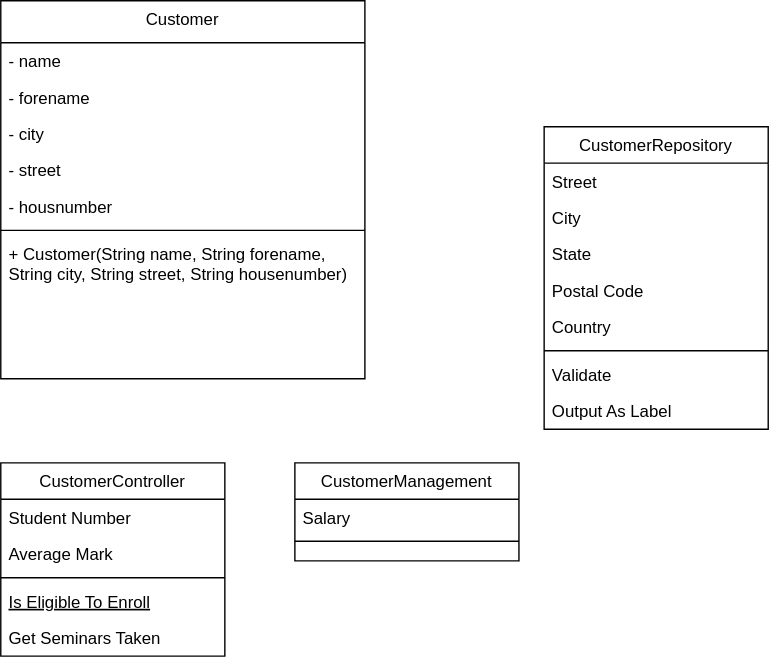
The draw.io diagram diagrams SWP/Klassendiagramm Customer.drawio.svg in StarSkiller/Diagrams, before a commit. Source tidied: cells renumbered, new cells last; positions are measured from the earlier drawing's top-left corner, leaving out a move shared by most shapes.
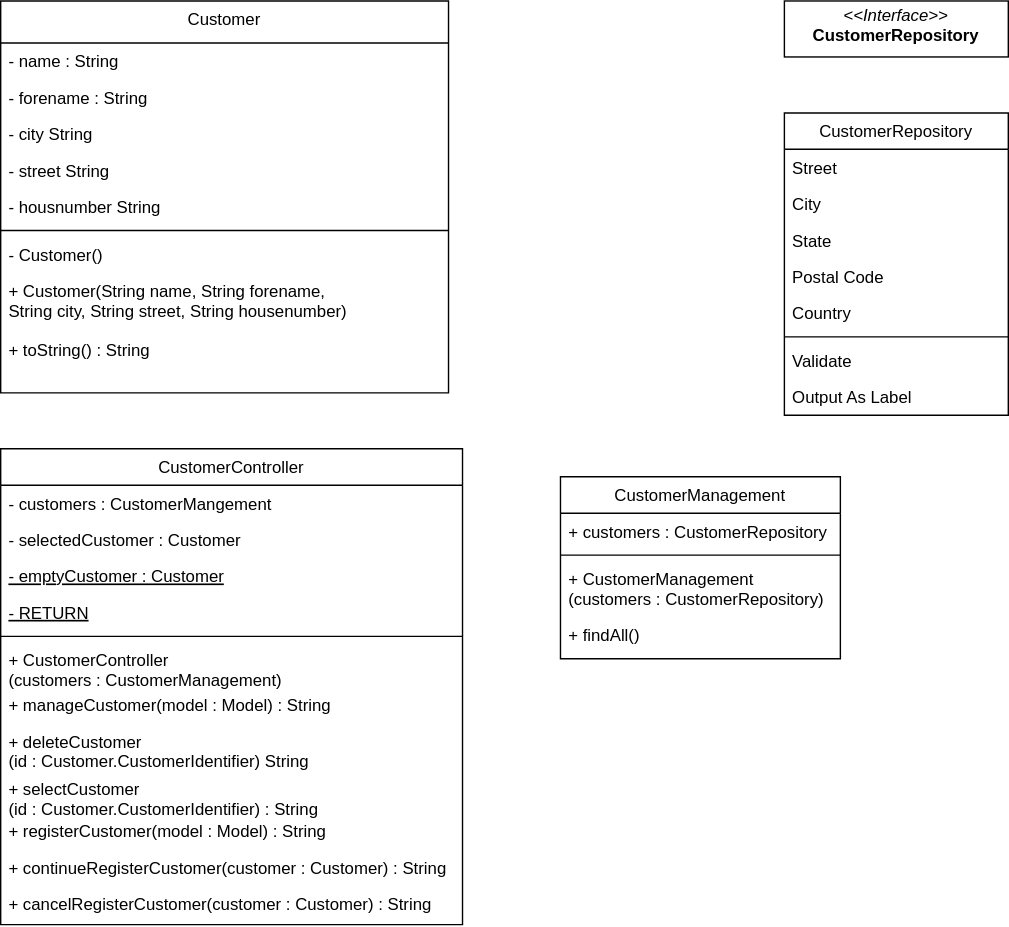
Later version of the same file.

The edit, as a diff of the source:
```diff
@@ -3,58 +3,91 @@
     <mxCell id="0" />
     <mxCell id="1" parent="0" />
     <mxCell id="2" value="Customer" style="swimlane;fontStyle=0;align=center;verticalAlign=top;horizontal=1;startSize=30;rounded=0;shadow=0;strokeWidth=1;" parent="1" vertex="1">
-      <mxGeometry width="260" height="270" as="geometry" />
+      <mxGeometry x="-80" y="10" width="320" height="280" as="geometry" />
     </mxCell>
-    <mxCell id="3" value="- name" style="text;align=left;verticalAlign=top;spacingLeft=4;spacingRight=4;overflow=hidden;" parent="2" vertex="1">
-      <mxGeometry y="30" width="260" height="26" as="geometry" />
+    <mxCell id="3" value="- name : String" style="text;align=left;verticalAlign=top;spacingLeft=4;spacingRight=4;overflow=hidden;" parent="2" vertex="1">
+      <mxGeometry y="30" width="320" height="26" as="geometry" />
     </mxCell>
-    <mxCell id="4" value="- forename" style="text;align=left;verticalAlign=top;spacingLeft=4;spacingRight=4;overflow=hidden;rounded=0;shadow=0;html=0;" parent="2" vertex="1">
-      <mxGeometry y="56" width="260" height="26" as="geometry" />
+    <mxCell id="4" value="- forename : String" style="text;align=left;verticalAlign=top;spacingLeft=4;spacingRight=4;overflow=hidden;rounded=0;shadow=0;html=0;" parent="2" vertex="1">
+      <mxGeometry y="56" width="320" height="26" as="geometry" />
     </mxCell>
-    <mxCell id="5" value="- city" style="text;align=left;verticalAlign=top;spacingLeft=4;spacingRight=4;overflow=hidden;rounded=0;shadow=0;html=0;" parent="2" vertex="1">
-      <mxGeometry y="82" width="260" height="26" as="geometry" />
+    <mxCell id="5" value="- city String" style="text;align=left;verticalAlign=top;spacingLeft=4;spacingRight=4;overflow=hidden;rounded=0;shadow=0;html=0;" parent="2" vertex="1">
+      <mxGeometry y="82" width="320" height="26" as="geometry" />
     </mxCell>
-    <mxCell id="6" value="- street" style="text;align=left;verticalAlign=top;spacingLeft=4;spacingRight=4;overflow=hidden;rounded=0;shadow=0;html=0;" parent="2" vertex="1">
-      <mxGeometry y="108" width="260" height="26" as="geometry" />
+    <mxCell id="6" value="- street String" style="text;align=left;verticalAlign=top;spacingLeft=4;spacingRight=4;overflow=hidden;rounded=0;shadow=0;html=0;" parent="2" vertex="1">
+      <mxGeometry y="108" width="320" height="26" as="geometry" />
     </mxCell>
-    <mxCell id="7" value="- housnumber" style="text;align=left;verticalAlign=top;spacingLeft=4;spacingRight=4;overflow=hidden;rounded=0;shadow=0;html=0;" parent="2" vertex="1">
-      <mxGeometry y="134" width="260" height="26" as="geometry" />
+    <mxCell id="7" value="- housnumber String" style="text;align=left;verticalAlign=top;spacingLeft=4;spacingRight=4;overflow=hidden;rounded=0;shadow=0;html=0;" parent="2" vertex="1">
+      <mxGeometry y="134" width="320" height="26" as="geometry" />
     </mxCell>
     <mxCell id="8" style="line;html=1;strokeWidth=1;align=left;verticalAlign=middle;spacingTop=-1;spacingLeft=3;spacingRight=3;labelPosition=right;" parent="2" vertex="1">
-      <mxGeometry y="160" width="260" height="8" as="geometry" />
+      <mxGeometry y="160" width="320" height="8" as="geometry" />
     </mxCell>
+    <mxCell id="28" value="- Customer()" style="text;align=left;verticalAlign=top;spacingLeft=4;spacingRight=4;overflow=hidden;rounded=0;shadow=0;html=0;" parent="2" vertex="1">
+      <mxGeometry y="168" width="320" height="26" as="geometry" />
+    </mxCell>
     <mxCell id="9" value="+ Customer(String name, String forename, &#10;String city, String street, String housenumber)" style="text;align=left;verticalAlign=top;spacingLeft=4;spacingRight=4;overflow=hidden;" parent="2" vertex="1">
-      <mxGeometry y="168" width="260" height="42" as="geometry" />
+      <mxGeometry y="194" width="320" height="42" as="geometry" />
     </mxCell>
+    <mxCell id="29" value="+ toString() : String" style="text;align=left;verticalAlign=top;spacingLeft=4;spacingRight=4;overflow=hidden;rounded=0;shadow=0;html=0;" parent="2" vertex="1">
+      <mxGeometry y="236" width="320" height="26" as="geometry" />
+    </mxCell>
     <mxCell id="10" value="CustomerController" style="swimlane;fontStyle=0;align=center;verticalAlign=top;horizontal=1;startSize=26;rounded=0;shadow=0;strokeWidth=1;" parent="1" vertex="1">
-      <mxGeometry y="330" width="160" height="138" as="geometry" />
+      <mxGeometry x="-80" y="330" width="330" height="340" as="geometry" />
     </mxCell>
-    <mxCell id="11" value="Student Number" style="text;align=left;verticalAlign=top;spacingLeft=4;spacingRight=4;overflow=hidden;" parent="10" vertex="1">
-      <mxGeometry y="26" width="160" height="26" as="geometry" />
+    <mxCell id="11" value="- customers : CustomerMangement" style="text;align=left;verticalAlign=top;spacingLeft=4;spacingRight=4;overflow=hidden;" parent="10" vertex="1">
+      <mxGeometry y="26" width="330" height="26" as="geometry" />
     </mxCell>
+    <mxCell id="30" value="- selectedCustomer : Customer" style="text;align=left;verticalAlign=top;spacingLeft=4;spacingRight=4;overflow=hidden;rounded=0;shadow=0;html=0;" parent="10" vertex="1">
+      <mxGeometry y="52" width="330" height="26" as="geometry" />
+    </mxCell>
-    <mxCell id="12" value="Average Mark" style="text;align=left;verticalAlign=top;spacingLeft=4;spacingRight=4;overflow=hidden;rounded=0;shadow=0;html=0;" parent="10" vertex="1">
-      <mxGeometry y="52" width="160" height="26" as="geometry" />
+    <mxCell id="12" value="- emptyCustomer : Customer" style="text;align=left;verticalAlign=top;spacingLeft=4;spacingRight=4;overflow=hidden;rounded=0;shadow=0;html=0;fontStyle=4;" parent="10" vertex="1">
+      <mxGeometry y="78" width="330" height="26" as="geometry" />
     </mxCell>
+    <mxCell id="31" value="- RETURN" style="text;align=left;verticalAlign=top;spacingLeft=4;spacingRight=4;overflow=hidden;rounded=0;shadow=0;html=0;fontStyle=4;" parent="10" vertex="1">
+      <mxGeometry y="104" width="330" height="26" as="geometry" />
+    </mxCell>
     <mxCell id="13" style="line;html=1;strokeWidth=1;align=left;verticalAlign=middle;spacingTop=-1;spacingLeft=3;spacingRight=3;labelPosition=right;" parent="10" vertex="1">
-      <mxGeometry y="78" width="160" height="8" as="geometry" />
+      <mxGeometry y="130" width="330" height="8" as="geometry" />
     </mxCell>
-    <mxCell id="14" value="Is Eligible To Enroll" style="text;align=left;verticalAlign=top;spacingLeft=4;spacingRight=4;overflow=hidden;fontStyle=4;" parent="10" vertex="1">
-      <mxGeometry y="86" width="160" height="26" as="geometry" />
+    <mxCell id="14" value="+ CustomerController&#10;(customers : CustomerManagement)" style="text;align=left;verticalAlign=top;spacingLeft=4;spacingRight=4;overflow=hidden;fontStyle=0;" parent="10" vertex="1">
+      <mxGeometry y="138" width="330" height="32" as="geometry" />
     </mxCell>
-    <mxCell id="15" value="Get Seminars Taken" style="text;align=left;verticalAlign=top;spacingLeft=4;spacingRight=4;overflow=hidden;" parent="10" vertex="1">
-      <mxGeometry y="112" width="160" height="26" as="geometry" />
+    <mxCell id="15" value="+ manageCustomer(model : Model) : String" style="text;align=left;verticalAlign=top;spacingLeft=4;spacingRight=4;overflow=hidden;" parent="10" vertex="1">
+      <mxGeometry y="170" width="330" height="26" as="geometry" />
     </mxCell>
+    <mxCell id="32" value="+ deleteCustomer&#10;(id : Customer.CustomerIdentifier) String" style="text;align=left;verticalAlign=top;spacingLeft=4;spacingRight=4;overflow=hidden;" parent="10" vertex="1">
+      <mxGeometry y="196" width="330" height="34" as="geometry" />
+    </mxCell>
+    <mxCell id="33" value="+ selectCustomer&#10;(id : Customer.CustomerIdentifier) : String" style="text;align=left;verticalAlign=top;spacingLeft=4;spacingRight=4;overflow=hidden;rounded=0;shadow=0;html=0;" parent="10" vertex="1">
+      <mxGeometry y="230" width="330" height="30" as="geometry" />
+    </mxCell>
+    <mxCell id="34" value="+ registerCustomer(model : Model) : String" style="text;align=left;verticalAlign=top;spacingLeft=4;spacingRight=4;overflow=hidden;rounded=0;shadow=0;html=0;" parent="10" vertex="1">
+      <mxGeometry y="260" width="330" height="26" as="geometry" />
+    </mxCell>
+    <mxCell id="35" value="+ continueRegisterCustomer(customer : Customer) : String" style="text;align=left;verticalAlign=top;spacingLeft=4;spacingRight=4;overflow=hidden;rounded=0;shadow=0;html=0;" parent="10" vertex="1">
+      <mxGeometry y="286" width="330" height="26" as="geometry" />
+    </mxCell>
+    <mxCell id="36" value="+ cancelRegisterCustomer(customer : Customer) : String" style="text;align=left;verticalAlign=top;spacingLeft=4;spacingRight=4;overflow=hidden;rounded=0;shadow=0;html=0;" parent="10" vertex="1">
+      <mxGeometry y="312" width="330" height="26" as="geometry" />
+    </mxCell>
     <mxCell id="16" value="CustomerManagement" style="swimlane;fontStyle=0;align=center;verticalAlign=top;horizontal=1;startSize=26;rounded=0;shadow=0;strokeWidth=1;" parent="1" vertex="1">
-      <mxGeometry x="210" y="330" width="160" height="70" as="geometry" />
+      <mxGeometry x="320" y="350" width="200" height="130" as="geometry" />
     </mxCell>
-    <mxCell id="17" value="Salary" style="text;align=left;verticalAlign=top;spacingLeft=4;spacingRight=4;overflow=hidden;" parent="16" vertex="1">
-      <mxGeometry y="26" width="160" height="26" as="geometry" />
+    <mxCell id="17" value="+ customers : CustomerRepository" style="text;align=left;verticalAlign=top;spacingLeft=4;spacingRight=4;overflow=hidden;" parent="16" vertex="1">
+      <mxGeometry y="26" width="200" height="26" as="geometry" />
     </mxCell>
     <mxCell id="18" style="line;html=1;strokeWidth=1;align=left;verticalAlign=middle;spacingTop=-1;spacingLeft=3;spacingRight=3;labelPosition=right;" parent="16" vertex="1">
-      <mxGeometry y="52" width="160" height="8" as="geometry" />
+      <mxGeometry y="52" width="200" height="8" as="geometry" />
     </mxCell>
+    <mxCell id="37" value="+ CustomerManagement&#10;(customers : CustomerRepository)" style="text;align=left;verticalAlign=top;spacingLeft=4;spacingRight=4;overflow=hidden;" parent="16" vertex="1">
+      <mxGeometry y="60" width="200" height="40" as="geometry" />
+    </mxCell>
+    <mxCell id="38" value="+ findAll()" style="text;align=left;verticalAlign=top;spacingLeft=4;spacingRight=4;overflow=hidden;" parent="16" vertex="1">
+      <mxGeometry y="100" width="200" height="26" as="geometry" />
+    </mxCell>
     <mxCell id="19" value="CustomerRepository" style="swimlane;fontStyle=0;align=center;verticalAlign=top;horizontal=1;startSize=26;rounded=0;shadow=0;strokeWidth=1;" parent="1" vertex="1">
-      <mxGeometry x="388" y="90" width="160" height="216" as="geometry" />
+      <mxGeometry x="480" y="90" width="160" height="216" as="geometry" />
     </mxCell>
     <mxCell id="20" value="Street" style="text;align=left;verticalAlign=top;spacingLeft=4;spacingRight=4;overflow=hidden;" parent="19" vertex="1">
       <mxGeometry y="26" width="160" height="26" as="geometry" />
@@ -80,5 +113,8 @@
     <mxCell id="27" value="Output As Label" style="text;align=left;verticalAlign=top;spacingLeft=4;spacingRight=4;overflow=hidden;" parent="19" vertex="1">
       <mxGeometry y="190" width="160" height="26" as="geometry" />
     </mxCell>
+    <mxCell id="39" value="&lt;p style=&quot;margin:0px;margin-top:4px;text-align:center;&quot;&gt;&lt;i&gt;&amp;lt;&amp;lt;Interface&amp;gt;&amp;gt;&lt;/i&gt;&lt;br&gt;&lt;b&gt;CustomerRepository&lt;/b&gt;&lt;/p&gt;" style="verticalAlign=top;align=left;overflow=fill;fontSize=12;fontFamily=Helvetica;html=1;" parent="1" vertex="1">
+      <mxGeometry x="480" y="10" width="160" height="40" as="geometry" />
+    </mxCell>
   </root>
 </mxGraphModel>
```
